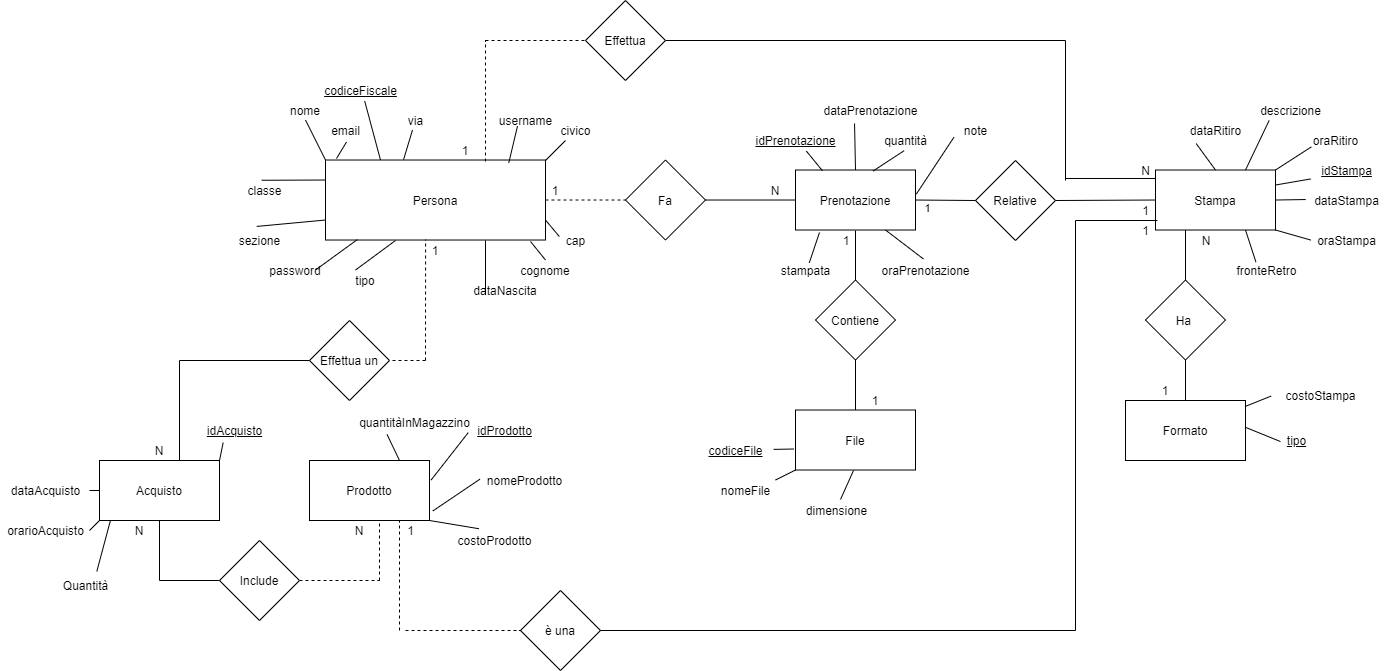
Earlier version of the draw.io export Documentazione/Progettazione/ER RISTRUTTURATO .png (Depog/ProgettoInformatica). Source tidied: cells renumbered, new cells last; positions are measured from the earlier drawing's top-left corner, leaving out a move shared by most shapes.
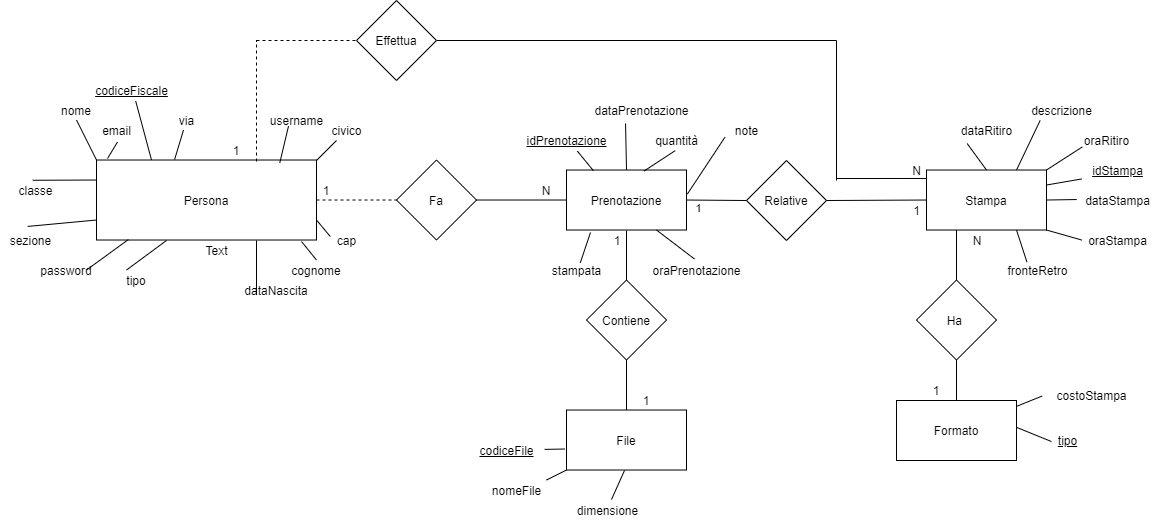
After the commit.

The edit, as a diff of the source:
```diff
@@ -65,14 +65,6 @@
     <mxCell id="22" value="1" style="text;html=1;strokeColor=none;fillColor=none;align=center;verticalAlign=middle;whiteSpace=wrap;rounded=0;" parent="1" vertex="1">
       <mxGeometry x="535" y="179.5" width="40" height="20" as="geometry" />
     </mxCell>
-    <mxCell id="23" style="endArrow=none;dashed=1;html=1;entryX=0.455;entryY=0.994;entryDx=0;entryDy=0;entryPerimeter=0;" parent="1" edge="1" target="17">
-      <mxGeometry relative="1" as="geometry">
-        <mxPoint x="425" y="360" as="sourcePoint" />
-      </mxGeometry>
-    </mxCell>
-    <mxCell id="24" value="1" style="text;html=1;strokeColor=none;fillColor=none;align=center;verticalAlign=middle;whiteSpace=wrap;rounded=0;" parent="1" vertex="1">
-      <mxGeometry x="415" y="239.5" width="40" height="20" as="geometry" />
-    </mxCell>
     <mxCell id="25" value="&lt;u&gt;codiceFiscale&lt;/u&gt;" style="text;html=1;align=center;verticalAlign=middle;points=[];" parent="1" vertex="1">
       <mxGeometry x="315" y="80" width="90" height="20" as="geometry" />
     </mxCell>
@@ -269,111 +261,6 @@
     <mxCell id="81" style="endArrow=none;html=1;entryX=0.386;entryY=0.804;entryDx=0;entryDy=0;entryPerimeter=0;exitX=0.833;exitY=0.036;exitDx=0;exitDy=0;exitPerimeter=0;" parent="1" edge="1" source="17" target="80">
       <mxGeometry relative="1" as="geometry" />
     </mxCell>
-    <mxCell id="82" value="Effettua un" style="rhombus;whiteSpace=wrap;html=1;" parent="1" vertex="1">
-      <mxGeometry x="309" y="320" width="80" height="80" as="geometry" />
-    </mxCell>
-    <mxCell id="83" value="Prodotto" style="rounded=0;whiteSpace=wrap;html=1;" parent="1" vertex="1">
-      <mxGeometry x="309" y="460" width="120" height="60" as="geometry" />
-    </mxCell>
-    <mxCell id="84" value="N" style="text;html=1;strokeColor=none;fillColor=none;align=center;verticalAlign=middle;whiteSpace=wrap;rounded=0;" parent="1" vertex="1">
-      <mxGeometry x="139" y="440" width="40" height="20" as="geometry" />
-    </mxCell>
-    <mxCell id="85" value="&lt;u&gt;idProdotto&lt;/u&gt;" style="text;html=1;align=center;verticalAlign=middle;points=[];" parent="1" vertex="1">
-      <mxGeometry x="469" y="420" width="70" height="20" as="geometry" />
-    </mxCell>
-    <mxCell id="86" value="nomeProdotto" style="text;html=1;align=center;verticalAlign=middle;points=[];" parent="1" vertex="1">
-      <mxGeometry x="479" y="470" width="90" height="20" as="geometry" />
-    </mxCell>
-    <mxCell id="87" value="costoProdotto" style="text;html=1;align=center;verticalAlign=middle;points=[];" parent="1" vertex="1">
-      <mxGeometry x="449" y="530" width="90" height="20" as="geometry" />
-    </mxCell>
-    <mxCell id="88" style="endArrow=none;html=1;entryX=-0.018;entryY=0.607;entryDx=0;entryDy=0;entryPerimeter=0;exitX=1.014;exitY=0.324;exitDx=0;exitDy=0;exitPerimeter=0;" parent="1" edge="1" source="83" target="85">
-      <mxGeometry relative="1" as="geometry" />
-    </mxCell>
-    <mxCell id="89" style="endArrow=none;html=1;entryX=0.004;entryY=0.436;entryDx=0;entryDy=0;entryPerimeter=0;exitX=1.028;exitY=0.841;exitDx=0;exitDy=0;exitPerimeter=0;" parent="1" edge="1" source="83" target="86">
-      <mxGeometry relative="1" as="geometry" />
-    </mxCell>
-    <mxCell id="90" style="endArrow=none;html=1;exitX=0.328;exitY=-0.088;exitDx=0;exitDy=0;exitPerimeter=0;entryX=1;entryY=1;entryDx=0;entryDy=0;" parent="1" edge="1" source="87" target="83">
-      <mxGeometry relative="1" as="geometry" />
-    </mxCell>
-    <mxCell id="91" value="Acquisto" style="rounded=0;whiteSpace=wrap;html=1;" parent="1" vertex="1">
-      <mxGeometry x="99" y="460" width="120" height="60" as="geometry" />
-    </mxCell>
-    <mxCell id="92" style="endArrow=none;html=1;entryX=0;entryY=0.5;entryDx=0;entryDy=0;" parent="1" edge="1" target="82">
-      <mxGeometry relative="1" as="geometry">
-        <mxPoint x="179" y="360" as="sourcePoint" />
-      </mxGeometry>
-    </mxCell>
-    <mxCell id="93" style="endArrow=none;html=1;" parent="1" edge="1">
-      <mxGeometry relative="1" as="geometry">
-        <mxPoint x="179" y="460" as="sourcePoint" />
-        <mxPoint x="179" y="360" as="targetPoint" />
-      </mxGeometry>
-    </mxCell>
-    <mxCell id="94" style="endArrow=none;html=1;entryX=0.5;entryY=1;entryDx=0;entryDy=0;" parent="1" edge="1" target="91">
-      <mxGeometry relative="1" as="geometry">
-        <mxPoint x="159" y="580" as="sourcePoint" />
-      </mxGeometry>
-    </mxCell>
-    <mxCell id="95" style="endArrow=none;html=1;entryX=0;entryY=0.5;entryDx=0;entryDy=0;" parent="1" edge="1">
-      <mxGeometry relative="1" as="geometry">
-        <mxPoint x="159" y="580" as="sourcePoint" />
-        <mxPoint x="219" y="580" as="targetPoint" />
-      </mxGeometry>
-    </mxCell>
-    <mxCell id="96" value="N" style="text;html=1;strokeColor=none;fillColor=none;align=center;verticalAlign=middle;whiteSpace=wrap;rounded=0;" parent="1" vertex="1">
-      <mxGeometry x="339" y="520" width="40" height="20" as="geometry" />
-    </mxCell>
-    <mxCell id="97" value="N" style="text;html=1;strokeColor=none;fillColor=none;align=center;verticalAlign=middle;whiteSpace=wrap;rounded=0;" parent="1" vertex="1">
-      <mxGeometry x="119" y="520" width="40" height="20" as="geometry" />
-    </mxCell>
-    <mxCell id="98" value="&lt;u&gt;idAcquisto&lt;/u&gt;" style="text;html=1;align=center;verticalAlign=middle;points=[];" parent="1" vertex="1">
-      <mxGeometry x="199" y="420" width="70" height="20" as="geometry" />
-    </mxCell>
-    <mxCell id="99" style="endArrow=none;html=1;entryX=0.338;entryY=1.108;entryDx=0;entryDy=0;entryPerimeter=0;exitX=1;exitY=0;exitDx=0;exitDy=0;" parent="1" edge="1" source="91" target="98">
-      <mxGeometry relative="1" as="geometry" />
-    </mxCell>
-    <mxCell id="100" style="endArrow=none;html=1;entryX=0;entryY=0.5;entryDx=0;entryDy=0;" parent="1" edge="1" target="91">
-      <mxGeometry relative="1" as="geometry">
-        <mxPoint x="89" y="490" as="sourcePoint" />
-      </mxGeometry>
-    </mxCell>
-    <mxCell id="101" style="endArrow=none;html=1;entryX=0;entryY=1;entryDx=0;entryDy=0;" parent="1" edge="1" target="91">
-      <mxGeometry relative="1" as="geometry">
-        <mxPoint x="89" y="530" as="sourcePoint" />
-      </mxGeometry>
-    </mxCell>
-    <mxCell id="102" value="Quantità" style="text;html=1;align=center;verticalAlign=middle;points=[];" parent="1" vertex="1">
-      <mxGeometry x="55" y="575" width="60" height="20" as="geometry" />
-    </mxCell>
-    <mxCell id="103" style="endArrow=none;html=1;entryX=0.092;entryY=0.992;entryDx=0;entryDy=0;entryPerimeter=0;exitX=0.689;exitY=-0.208;exitDx=0;exitDy=0;exitPerimeter=0;" parent="1" edge="1" source="102" target="91">
-      <mxGeometry relative="1" as="geometry" />
-    </mxCell>
-    <mxCell id="104" style="endArrow=none;dashed=1;html=1;entryX=1;entryY=0;entryDx=0;entryDy=0;" parent="1" edge="1" target="96">
-      <mxGeometry relative="1" as="geometry">
-        <mxPoint x="379" y="580" as="sourcePoint" />
-      </mxGeometry>
-    </mxCell>
-    <mxCell id="105" style="endArrow=none;dashed=1;html=1;exitX=1;exitY=0.5;exitDx=0;exitDy=0;" parent="1" edge="1">
-      <mxGeometry relative="1" as="geometry">
-        <mxPoint x="299" y="580" as="sourcePoint" />
-        <mxPoint x="379" y="580" as="targetPoint" />
-      </mxGeometry>
-    </mxCell>
-    <mxCell id="106" style="endArrow=none;dashed=1;html=1;entryX=1;entryY=0.5;entryDx=0;entryDy=0;" parent="1" edge="1" target="82">
-      <mxGeometry relative="1" as="geometry">
-        <mxPoint x="425" y="360" as="sourcePoint" />
-      </mxGeometry>
-    </mxCell>
-    <mxCell id="107" value="dataAcquisto" style="text;html=1;align=center;verticalAlign=middle;" parent="1" vertex="1">
-      <mxGeometry x="5" y="479.5" width="80" height="20" as="geometry" />
-    </mxCell>
-    <mxCell id="108" value="orarioAcquisto" style="text;html=1;align=center;verticalAlign=middle;" parent="1" vertex="1">
-      <mxGeometry y="520" width="90" height="20" as="geometry" />
-    </mxCell>
-    <mxCell id="109" value="Include" style="rhombus;whiteSpace=wrap;html=1;" parent="1" vertex="1">
-      <mxGeometry x="219" y="540" width="80" height="80" as="geometry" />
-    </mxCell>
     <mxCell id="110" value="dataRitiro" style="text;html=1;align=center;verticalAlign=middle;points=[];" parent="1" vertex="1">
       <mxGeometry x="1180" y="119.5" width="70" height="20" as="geometry" />
     </mxCell>
@@ -388,42 +275,9 @@
         <mxPoint x="855" y="230" as="targetPoint" />
       </mxGeometry>
     </mxCell>
-    <mxCell id="114" value="è una" style="rhombus;whiteSpace=wrap;html=1;" parent="1" vertex="1">
-      <mxGeometry x="520" y="590" width="80" height="80" as="geometry" />
-    </mxCell>
-    <mxCell id="115" style="endArrow=none;dashed=1;html=1;entryX=0.75;entryY=1;entryDx=0;entryDy=0;" parent="1" edge="1" target="83">
-      <mxGeometry relative="1" as="geometry">
-        <mxPoint x="399" y="630" as="sourcePoint" />
-      </mxGeometry>
-    </mxCell>
-    <mxCell id="116" style="endArrow=none;dashed=1;html=1;entryX=0;entryY=0.5;entryDx=0;entryDy=0;" parent="1" edge="1" target="114">
-      <mxGeometry relative="1" as="geometry">
-        <mxPoint x="405" y="630" as="sourcePoint" />
-      </mxGeometry>
-    </mxCell>
-    <mxCell id="117" style="endArrow=none;html=1;exitX=1;exitY=0.5;exitDx=0;exitDy=0;" parent="1" edge="1" source="114">
-      <mxGeometry relative="1" as="geometry">
-        <mxPoint x="1075" y="630" as="targetPoint" />
-      </mxGeometry>
-    </mxCell>
-    <mxCell id="118" style="endArrow=none;html=1;" parent="1" edge="1">
-      <mxGeometry relative="1" as="geometry">
-        <mxPoint x="1075" y="630" as="sourcePoint" />
-        <mxPoint x="1075" y="220" as="targetPoint" />
-      </mxGeometry>
-    </mxCell>
-    <mxCell id="119" style="endArrow=none;html=1;" parent="1" edge="1">
-      <mxGeometry relative="1" as="geometry">
-        <mxPoint x="1075" y="220" as="sourcePoint" />
-        <mxPoint x="1157" y="220" as="targetPoint" />
-      </mxGeometry>
-    </mxCell>
     <mxCell id="120" value="1" style="text;html=1;align=center;verticalAlign=middle;" parent="1" vertex="1">
       <mxGeometry x="1135" y="199.5" width="20" height="20" as="geometry" />
     </mxCell>
-    <mxCell id="121" value="1" style="text;html=1;align=center;verticalAlign=middle;" parent="1" vertex="1">
-      <mxGeometry x="400" y="519.5" width="20" height="20" as="geometry" />
-    </mxCell>
     <mxCell id="122" value="note" style="text;html=1;align=center;verticalAlign=middle;points=[];" parent="1" vertex="1">
       <mxGeometry x="955" y="119.5" width="40" height="20" as="geometry" />
     </mxCell>
@@ -454,20 +308,14 @@
     <mxCell id="131" style="endArrow=none;html=1;entryX=1;entryY=0.5;entryDx=0;entryDy=0;exitX=0;exitY=0.5;exitDx=0;exitDy=0;" parent="1" edge="1" source="11" target="128">
       <mxGeometry relative="1" as="geometry" />
     </mxCell>
-    <mxCell id="132" value="1" style="text;html=1;align=center;verticalAlign=middle;" parent="1" vertex="1">
-      <mxGeometry x="1135" y="220" width="20" height="20" as="geometry" />
-    </mxCell>
     <mxCell id="133" value="descrizione" style="text;html=1;align=center;verticalAlign=middle;points=[];" parent="1" vertex="1">
       <mxGeometry x="1250" y="100" width="80" height="20" as="geometry" />
     </mxCell>
     <mxCell id="134" style="endArrow=none;html=1;exitX=0.75;exitY=0;exitDx=0;exitDy=0;entryX=0.233;entryY=1;entryDx=0;entryDy=0;entryPerimeter=0;" parent="1" edge="1" source="11" target="133">
       <mxGeometry relative="1" as="geometry" />
     </mxCell>
-    <mxCell id="135" value="quantitàInMagazzino" style="text;html=1;align=center;verticalAlign=middle;points=[];" parent="1" vertex="1">
-      <mxGeometry x="349" y="412" width="130" height="20" as="geometry" />
-    </mxCell>
-    <mxCell id="136" style="endArrow=none;html=1;entryX=0.289;entryY=1.1;entryDx=0;entryDy=0;entryPerimeter=0;exitX=0.75;exitY=0;exitDx=0;exitDy=0;" parent="1" edge="1" source="83" target="135">
-      <mxGeometry relative="1" as="geometry" />
-    </mxCell>
+    <mxCell id="137" value="Text" style="text;html=1;align=center;verticalAlign=middle;" parent="1" vertex="1">
+      <mxGeometry x="425" y="240" width="40" height="20" as="geometry" />
+    </mxCell>
   </root>
 </mxGraphModel>
```
